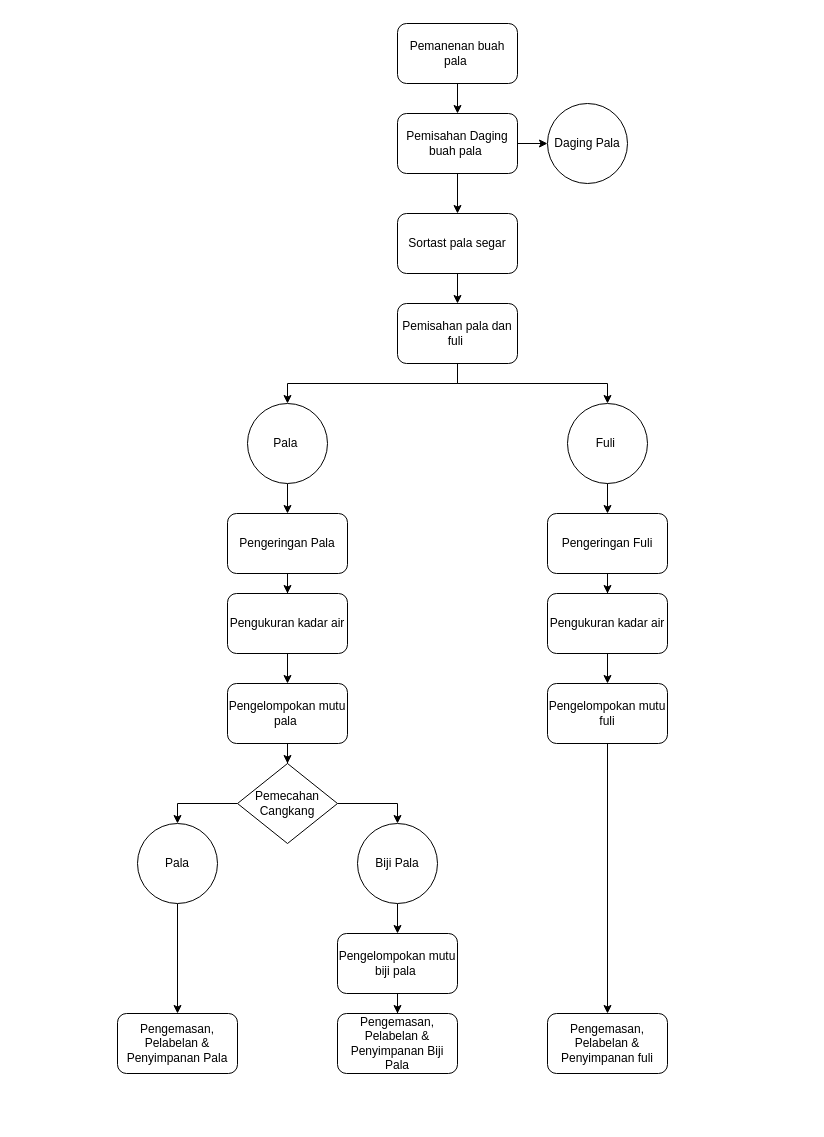
Above: alur pala gudang fakfak.drawio in dewikiswani/buku (draw.io), before the change. Source tidied: cells renumbered, new cells numbered last; positions are measured from the earlier drawing's top-left corner, leaving out a move shared by most shapes. Both pictures are drawn from the tidied source at 100%, with x=0, y=0 at pixel (117, 23).
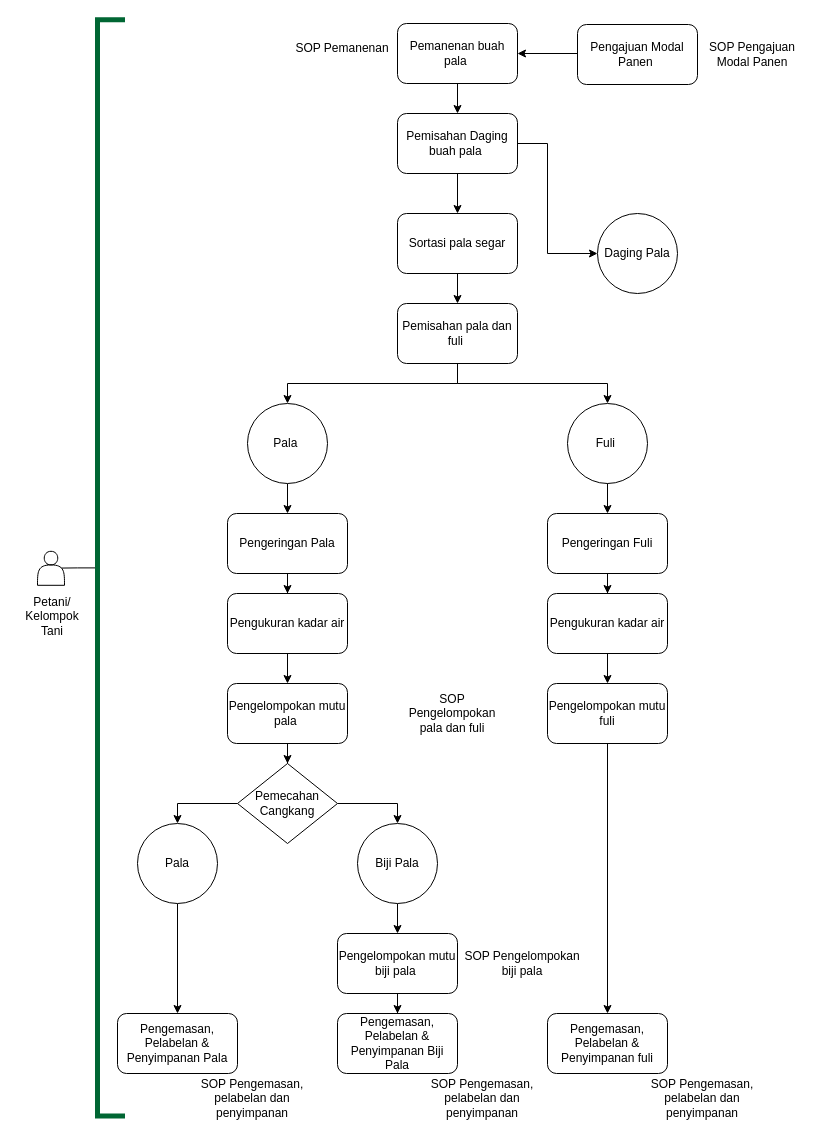
Above is the later version.

Unchanged cells that the change refers to:
```xml
<mxCell id="3" value="Pemanenan buah pala&amp;nbsp;" style="rounded=1;whiteSpace=wrap;html=1;" parent="1" vertex="1">
  <mxGeometry x="280" width="120" height="60" as="geometry" />
</mxCell>
<mxCell id="6" value="Pemisahan Daging buah pala&amp;nbsp;" style="whiteSpace=wrap;html=1;rounded=1;" parent="1" vertex="1">
  <mxGeometry x="280" y="90" width="120" height="60" as="geometry" />
</mxCell>
```

Diff of the diagram source:
```diff
@@
     <mxCell id="5" style="edgeStyle=orthogonalEdgeStyle;rounded=0;jettySize=auto;html=1;exitX=1;exitY=0.5;exitDx=0;exitDy=0;entryX=0;entryY=0.5;entryDx=0;entryDy=0;" parent="1" edge="1" source="6" target="40">
-      <mxGeometry relative="1" as="geometry" />
+      <mxGeometry relative="1" as="geometry">
+        <Array as="points">
+          <mxPoint x="430" y="120" />
+          <mxPoint x="430" y="230" />
+        </Array>
+      </mxGeometry>
     </mxCell>
@@
-    <mxCell id="8" value="Sortast pala segar" style="whiteSpace=wrap;html=1;rounded=1;" parent="1" vertex="1">
+    <mxCell id="8" value="Sortasi pala segar" style="whiteSpace=wrap;html=1;rounded=1;" parent="1" vertex="1">
       <mxGeometry x="280" y="190" width="120" height="60" as="geometry" />
     </mxCell>
@@
     <mxCell id="40" value="Daging Pala" style="ellipse;whiteSpace=wrap;html=1;rounded=0;" parent="1" vertex="1">
-      <mxGeometry x="430" y="80" width="80" height="80" as="geometry" />
+      <mxGeometry x="480" y="190" width="80" height="80" as="geometry" />
     </mxCell>
+    <mxCell id="41" style="edgeStyle=orthogonalEdgeStyle;rounded=0;jettySize=auto;html=1;exitX=0.5;exitY=1;exitDx=0;exitDy=0;entryX=0.1;entryY=0.5;entryDx=0;entryDy=0;entryPerimeter=0;" parent="1" edge="1" source="42" target="43">
+      <mxGeometry relative="1" as="geometry" />
+    </mxCell>
+    <mxCell id="42" style="shape=partialRectangle;whiteSpace=wrap;html=1;bottom=1;right=1;left=1;top=0;routingCenterX=-0.5;rounded=0;rotation=90;fillColor=none;strokeColor=#006633;strokeWidth=5;" parent="1" vertex="1">
+      <mxGeometry x="-555.6" y="531.9" width="1096.2" height="25" as="geometry" />
+    </mxCell>
+    <mxCell id="43" style="shape=actor;whiteSpace=wrap;html=1;rounded=0;" parent="1" vertex="1">
+      <mxGeometry x="-80" y="527.8" width="27" height="34" as="geometry" />
+    </mxCell>
+    <mxCell id="44" value="Petani/ &lt;br&gt;Kelompok Tani" style="text;html=1;strokeColor=none;fillColor=none;align=center;verticalAlign=middle;whiteSpace=wrap;rounded=0;" parent="1" vertex="1">
+      <mxGeometry x="-100" y="565" width="70" height="55" as="geometry" />
+    </mxCell>
+    <mxCell id="45" value="SOP Pemanenan" style="text;html=1;strokeColor=none;fillColor=none;align=center;verticalAlign=middle;whiteSpace=wrap;rounded=0;" parent="1" vertex="1">
+      <mxGeometry x="170" y="10" width="110" height="30" as="geometry" />
+    </mxCell>
+    <mxCell id="46" style="edgeStyle=orthogonalEdgeStyle;rounded=0;jettySize=auto;html=1;exitX=0;exitY=0.5;exitDx=0;exitDy=0;entryX=1;entryY=0.5;entryDx=0;entryDy=0;" parent="1" edge="1" source="47" target="3">
+      <mxGeometry relative="1" as="geometry">
+        <Array as="points">
+          <mxPoint x="480" y="31" />
+          <mxPoint x="400" y="30" />
+        </Array>
+      </mxGeometry>
+    </mxCell>
+    <mxCell id="47" value="Pengajuan Modal Panen&amp;nbsp;" style="rounded=1;whiteSpace=wrap;html=1;" parent="1" vertex="1">
+      <mxGeometry x="460" y="1" width="120" height="60" as="geometry" />
+    </mxCell>
+    <mxCell id="48" value="SOP Pengajuan Modal Panen" style="text;html=1;strokeColor=none;fillColor=none;align=center;verticalAlign=middle;whiteSpace=wrap;rounded=0;" parent="1" vertex="1">
+      <mxGeometry x="580" y="16" width="110" height="30" as="geometry" />
+    </mxCell>
+    <mxCell id="49" value="SOP Pengelompokan pala dan fuli" style="text;html=1;strokeColor=none;fillColor=none;align=center;verticalAlign=middle;whiteSpace=wrap;rounded=0;" parent="1" vertex="1">
+      <mxGeometry x="280" y="675" width="110" height="30" as="geometry" />
+    </mxCell>
+    <mxCell id="50" value="SOP Pengelompokan biji pala" style="text;html=1;strokeColor=none;fillColor=none;align=center;verticalAlign=middle;whiteSpace=wrap;rounded=0;" parent="1" vertex="1">
+      <mxGeometry x="340" y="925" width="130" height="30" as="geometry" />
+    </mxCell>
+    <mxCell id="51" value="SOP Pengemasan, pelabelan dan penyimpanan" style="text;html=1;strokeColor=none;fillColor=none;align=center;verticalAlign=middle;whiteSpace=wrap;rounded=0;" parent="1" vertex="1">
+      <mxGeometry x="520" y="1060" width="130" height="30" as="geometry" />
+    </mxCell>
+    <mxCell id="52" value="SOP Pengemasan, pelabelan dan penyimpanan" style="text;html=1;strokeColor=none;fillColor=none;align=center;verticalAlign=middle;whiteSpace=wrap;rounded=0;" parent="1" vertex="1">
+      <mxGeometry x="300" y="1060" width="130" height="30" as="geometry" />
+    </mxCell>
+    <mxCell id="53" value="SOP Pengemasan, pelabelan dan penyimpanan" style="text;html=1;strokeColor=none;fillColor=none;align=center;verticalAlign=middle;whiteSpace=wrap;rounded=0;" parent="1" vertex="1">
+      <mxGeometry x="70" y="1060" width="130" height="30" as="geometry" />
+    </mxCell>
```
